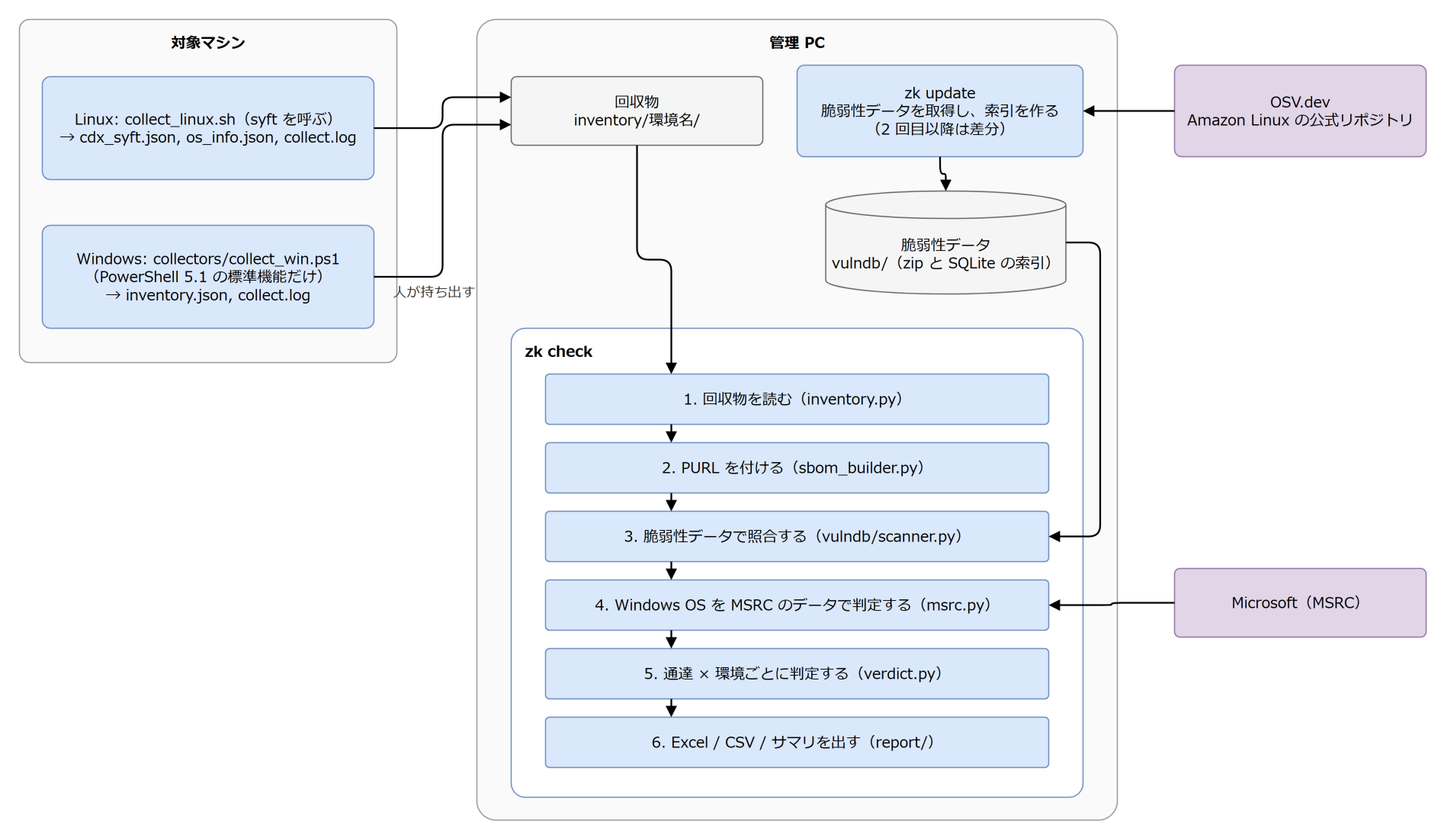
Earlier version of the draw.io export docs/images/pipeline.drawio.png (hsgwa/cve_chk). Source tidied: cells renumbered, new cells last; positions are measured from the earlier drawing's top-left corner, leaving out a move shared by most shapes.
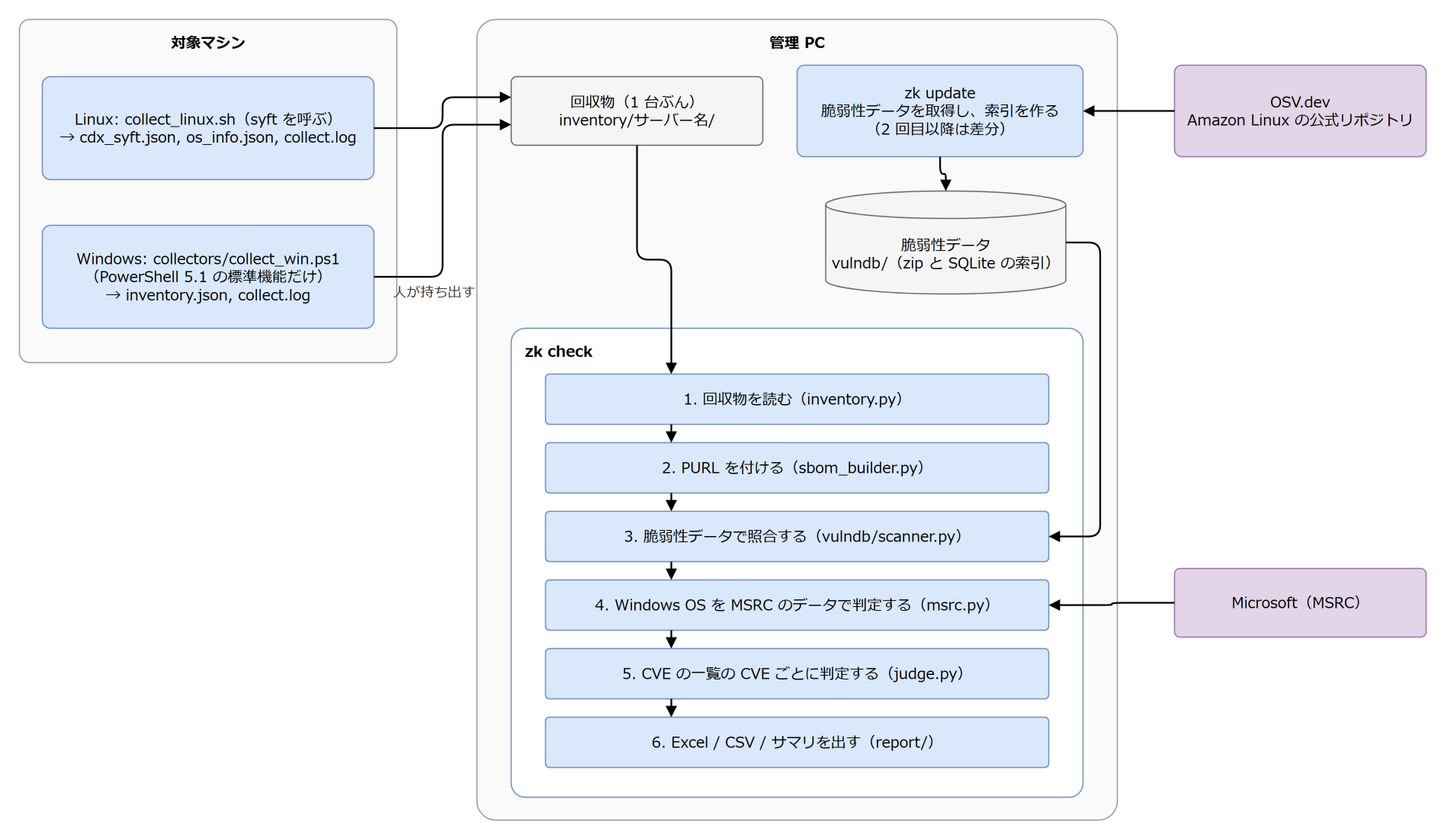
The same diagram one commit later.

What changed in the source:
```diff
@@ -14,7 +14,7 @@
     <mxCell id="5" value="管理 PC" style="rounded=1;whiteSpace=wrap;html=1;arcSize=3;verticalAlign=top;align=left;spacingLeft=10;spacingTop=6;fontStyle=1;fontFamily=Meiryo;fontSize=13;fillColor=#FAFAFA;strokeColor=#999999;align=center;spacingLeft=0;" parent="1" vertex="1">
       <mxGeometry x="400" width="560" height="700" as="geometry" />
     </mxCell>
-    <mxCell id="6" value="回収物&lt;br&gt;inventory/環境名/" style="rounded=1;whiteSpace=wrap;html=1;arcSize=8;fontFamily=Meiryo;fontSize=13;fillColor=#F5F5F5;strokeColor=#666666;" parent="1" vertex="1">
+    <mxCell id="6" value="回収物（1 台ぶん）&lt;br&gt;inventory/サーバー名/" style="rounded=1;whiteSpace=wrap;html=1;arcSize=8;fontFamily=Meiryo;fontSize=13;fillColor=#F5F5F5;strokeColor=#666666;" parent="1" vertex="1">
       <mxGeometry x="430" y="50" width="220" height="60" as="geometry" />
     </mxCell>
     <mxCell id="7" value="zk update&lt;br&gt;脆弱性データを取得し、索引を作る&lt;br&gt;（2 回目以降は差分）" style="rounded=1;whiteSpace=wrap;html=1;arcSize=8;fontFamily=Meiryo;fontSize=13;fillColor=#DAE8FC;strokeColor=#6C8EBF;" parent="1" vertex="1">
@@ -38,7 +38,7 @@
     <mxCell id="13" value="4. Windows OS を MSRC のデータで判定する（msrc.py）" style="rounded=1;whiteSpace=wrap;html=1;arcSize=8;fontFamily=Meiryo;fontSize=13;fillColor=#DAE8FC;strokeColor=#6C8EBF;" parent="1" vertex="1">
       <mxGeometry x="460" y="490" width="440" height="44" as="geometry" />
     </mxCell>
-    <mxCell id="14" value="5. 通達 × 環境ごとに判定する（verdict.py）" style="rounded=1;whiteSpace=wrap;html=1;arcSize=8;fontFamily=Meiryo;fontSize=13;fillColor=#DAE8FC;strokeColor=#6C8EBF;" parent="1" vertex="1">
+    <mxCell id="14" value="5. CVE の一覧の CVE ごとに判定する（judge.py）" style="rounded=1;whiteSpace=wrap;html=1;arcSize=8;fontFamily=Meiryo;fontSize=13;fillColor=#DAE8FC;strokeColor=#6C8EBF;" parent="1" vertex="1">
       <mxGeometry x="460" y="550" width="440" height="44" as="geometry" />
     </mxCell>
     <mxCell id="15" value="6. Excel / CSV / サマリを出す（report/）" style="rounded=1;whiteSpace=wrap;html=1;arcSize=8;fontFamily=Meiryo;fontSize=13;fillColor=#DAE8FC;strokeColor=#6C8EBF;" parent="1" vertex="1">
```
